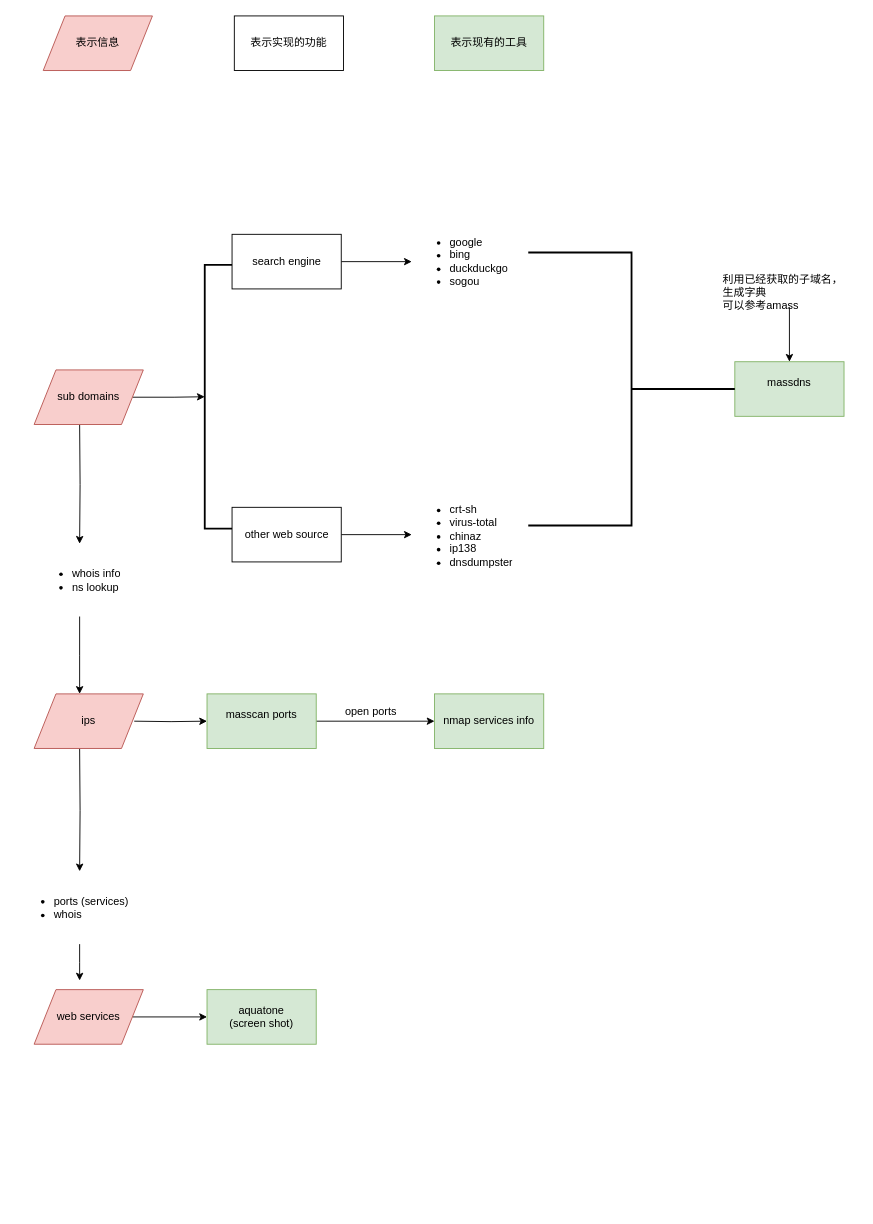
ntestoc3/docs keeps this draw.io diagram as recon workflow.drawio. Above is the earlier version. Source tidied: cells renumbered, new cells numbered last; positions are measured from the earlier drawing's top-left corner, leaving out a move shared by most shapes. Both pictures are drawn from the tidied source at 91%, with x=0, y=0 at pixel (15, 15).
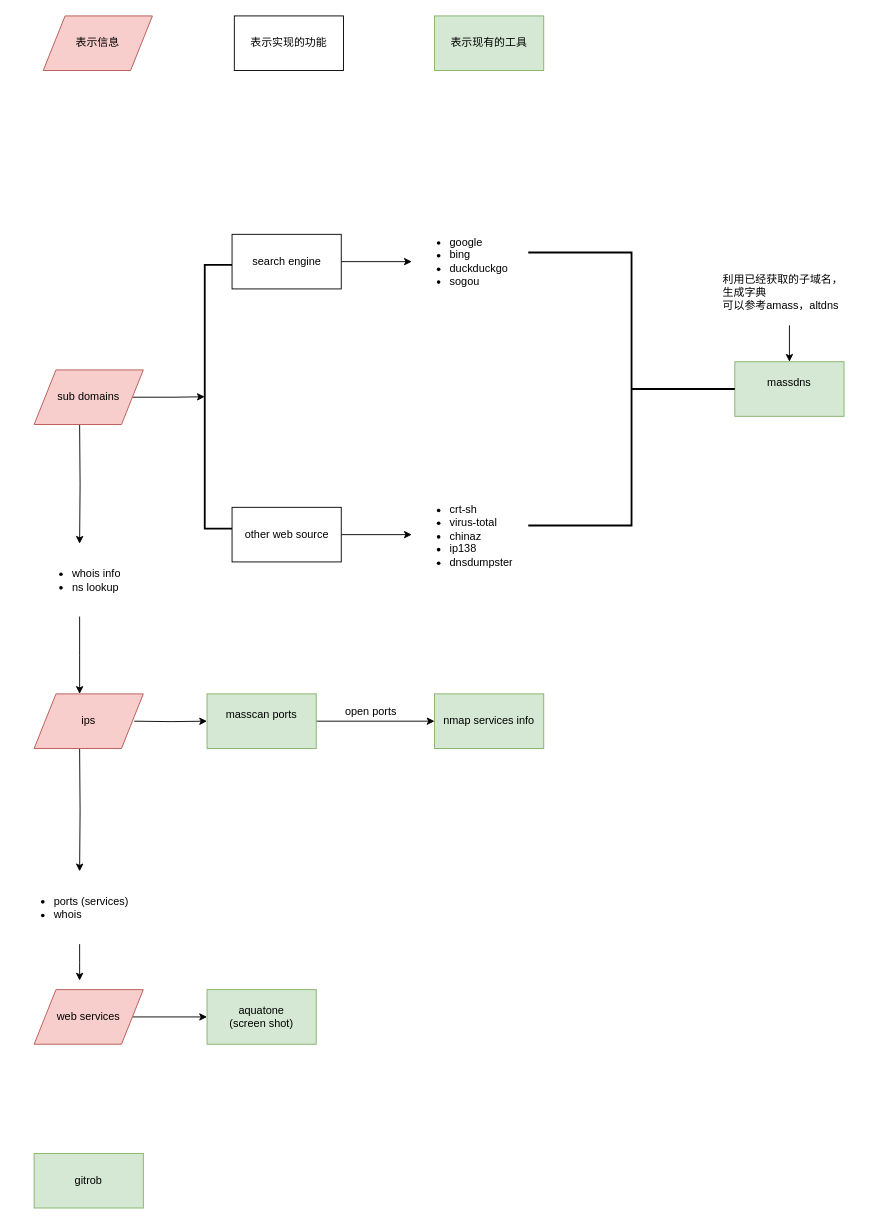
Above is the later version.

What changed in the source:
```diff
@@
-    <mxCell id="23" value="利用已经获取的子域名，&lt;br&gt;生成字典&lt;br&gt;可以参考amass" style="text;html=1;points=[];align=left;verticalAlign=top;spacingTop=-4;" parent="1" vertex="1">
-      <mxGeometry x="775" y="280" width="150" height="40" as="geometry" />
+    <mxCell id="23" value="利用已经获取的子域名，&lt;br&gt;生成字典&lt;br&gt;可以参考amass，altdns&lt;br&gt;&lt;br&gt;" style="text;html=1;points=[];align=left;verticalAlign=top;spacingTop=-4;" parent="1" vertex="1">
+      <mxGeometry x="775" y="280" width="150" height="60" as="geometry" />
     </mxCell>
@@
+    <mxCell id="33" value="gitrob" style="rounded=0;whiteSpace=wrap;html=1;shadow=0;glass=0;comic=0;fillColor=#d5e8d4;strokeColor=#82b366;" parent="1" vertex="1">
+      <mxGeometry x="20" y="1250" width="120" height="60" as="geometry" />
+    </mxCell>
```
